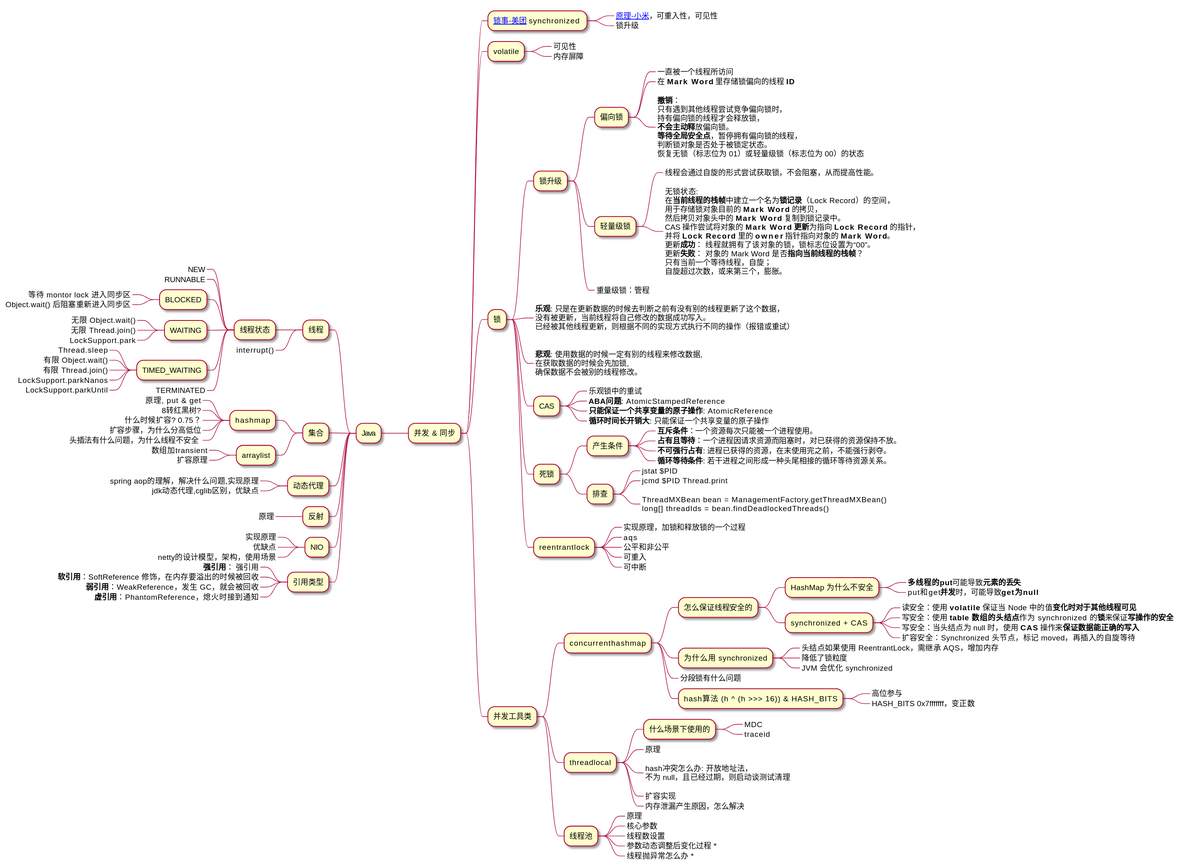
Before: assets/imgs/resume/java.svg, a diagram exported from PlantUML (Gh0st99/Gh0st99.github.io).
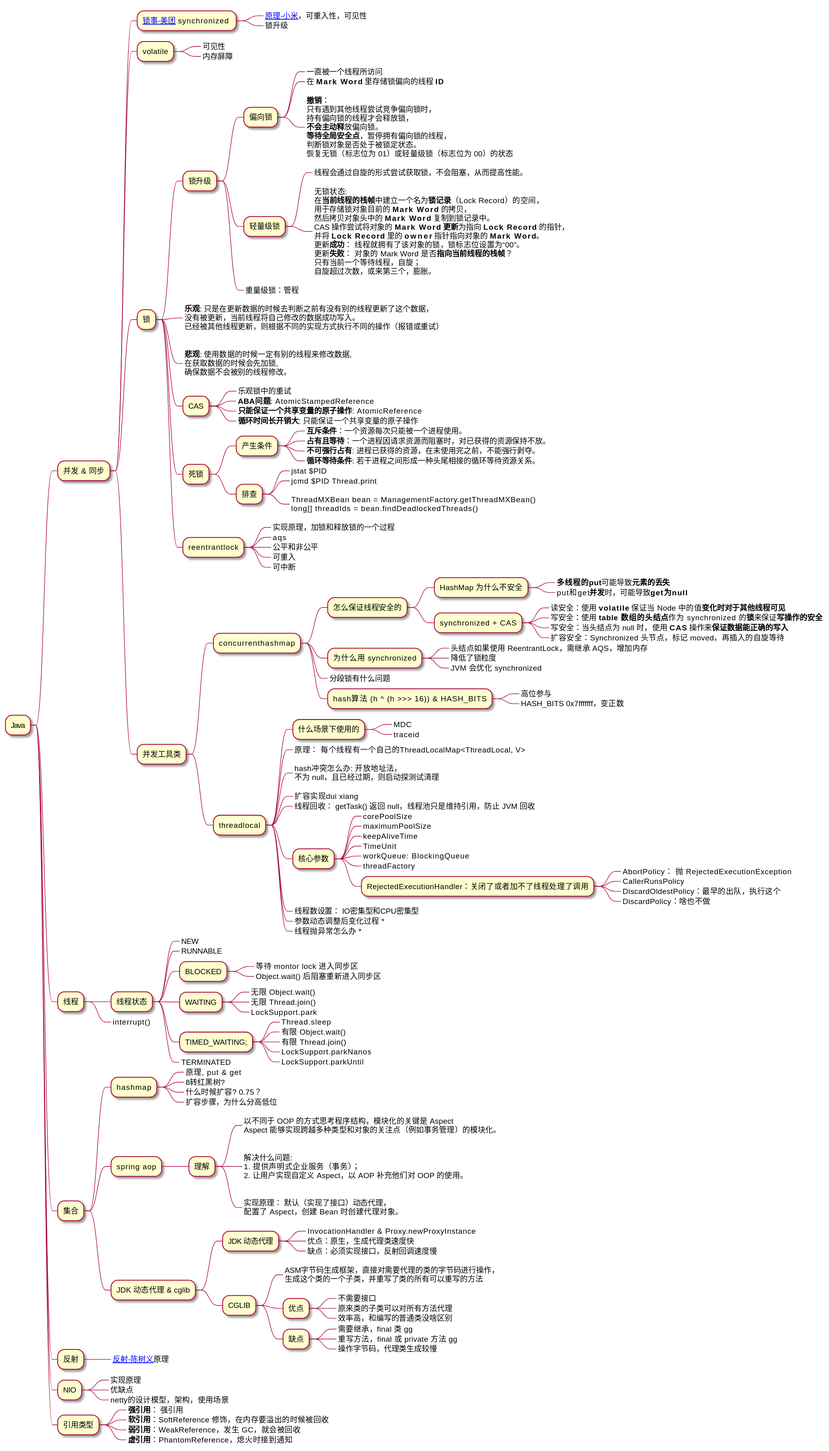
Above is the later version.

The edit, as a diff of the source:
```diff
@@ -101,22 +101,28 @@
 ***** 什么场景下使用的
 ******_ MDC
 ******_ traceid
-*****_ 原理
+*****_ 原理： 每个线程有一个自己的ThreadLocalMap<ThreadLocal, V>
 *****_:
 hash冲突怎么办: 开放地址法，
-不为 null，且已经过期，则启动谈测试清理
+不为 null，且已经过期，则启动探测试清理
 ;
-*****_ 扩容实现
-*****_ 内存泄漏产生原因，怎么解决
-**** 线程池
-*****_ 原理
-*****_ 核心参数
-*****_ 线程数设置
+*****_ 扩容实现dui xiang
+*****_ 线程回收： getTask() 返回 null，线程池只是维持引用，防止 JVM 回收
+***** 核心参数
+******_ corePoolSize
+******_ maximumPoolSize
+******_ keepAliveTime
+******_ TimeUnit
+******_ workQueue: BlockingQueue
+******_ threadFactory
+****** RejectedExecutionHandler：关闭了或者加不了线程处理了调用
+*******_ AbortPolicy： 抛 RejectedExecutionException
+*******_ CallerRunsPolicy
+*******_ DiscardOldestPolicy：最早的出队，执行这个
+*******_ DiscardPolicy：啥也不做
+*****_ 线程数设置： IO密集型和CPU密集型
 *****_ 参数动态调整后变化过程 *
 *****_ 线程抛异常怎么办 *
-
-
-left side
 
 ** 线程
 *** 线程状态
@@ -129,7 +135,7 @@
 *****_ 无限 Object.wait()
 *****_ 无限 Thread.join()
 *****_ LockSupport.park
-**** TIMED_WAITING
+**** TIMED_WAITING;
 *****_ Thread.sleep
 *****_ 有限 Object.wait()
 *****_ 有限 Thread.join()
@@ -146,19 +152,42 @@
 ****_ 8转红黑树?
 ****_ 什么时候扩容? 0.75？
 ****_ 扩容步骤，为什么分高低位
-****_ 头插法有什么问题，为什么线程不安全
-
-*** arraylist
-****_ 数组加transient
-****_ 扩容原理
-
-
-** 动态代理
-***_ spring aop的理解，解决什么问题,实现原理
-***_ jdk动态代理,cglib区别，优缺点
+*** spring aop
+**** 理解
+*****_:
+以不同于 OOP 的方式思考程序结构，模块化的关键是 Aspect
+Aspect 能够实现跨越多种类型和对象的关注点（例如事务管理）的模块化。
+;
+*****_:
+解决什么问题:
+1. 提供声明式企业服务（事务）；
+2. 让用户实现自定义 Aspect，以 AOP 补充他们对 OOP 的使用。
+;
+*****_:
+实现原理： 默认（实现了接口）动态代理，
+配置了 Aspect，创建 Bean 时创建代理对象。
+;
+*** JDK 动态代理 & cglib
+**** JDK 动态代理
+*****_ InvocationHandler & Proxy.newProxyInstance
+*****_ 优点：原生，生成代理类速度快
+*****_ 缺点：必须实现接口，反射回调速度慢
+**** CGLIB
+*****_:
+ASM字节码生成框架，直接对需要代理的类的字节码进行操作，
+生成这个类的一个子类，并重写了类的所有可以重写的方法
+;
+***** 优点
+******_ 不需要接口
+******_  原来类的子类可以对所有方法代理
+******_  效率高，和编写的普通类没啥区别
+***** 缺点
+******_ 需要继承，final 类 gg
+******_  重写方法，final 或 private 方法 gg
+******_  操作字节码，代理类生成较慢
 
 ** 反射
-***_ 原理
+***_ [[https://www.cnblogs.com/chanshuyi/p/head_first_of_reflection.html 反射-陈树义]]原理
 
 ** NIO
 ***_ 实现原理
```
